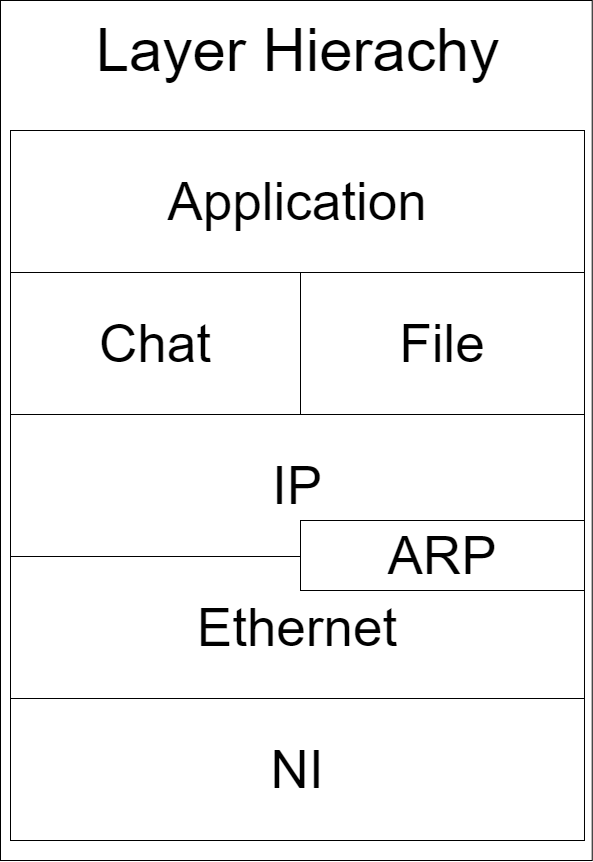
Above: Layers.png in fullop2/ARP (draw.io), before the change. Source tidied: cells renumbered, new cells last; positions are measured from the earlier drawing's top-left corner, leaving out a move shared by most shapes. Source of this version:
```xml
<mxGraphModel>
  <root>
    <mxCell id="0" />
    <mxCell id="1" parent="0" />
    <mxCell id="2" style="rounded=0;whiteSpace=wrap;html=1;" parent="1" vertex="1">
      <mxGeometry width="591.7" height="860" as="geometry" />
    </mxCell>
    <mxCell id="3" value="Chat" style="rounded=0;whiteSpace=wrap;html=1;fontSize=53;" parent="1" vertex="1">
      <mxGeometry x="10" y="272" width="290" height="142" as="geometry" />
    </mxCell>
    <mxCell id="4" value="File" style="rounded=0;whiteSpace=wrap;html=1;fontSize=53;" parent="1" vertex="1">
      <mxGeometry x="300" y="272" width="284" height="142" as="geometry" />
    </mxCell>
    <mxCell id="5" value="Application" style="rounded=0;whiteSpace=wrap;html=1;fontSize=53;" parent="1" vertex="1">
      <mxGeometry x="10" y="130" width="574" height="142" as="geometry" />
    </mxCell>
    <mxCell id="6" value="IP" style="rounded=0;whiteSpace=wrap;html=1;fontSize=53;" parent="1" vertex="1">
      <mxGeometry x="10" y="414" width="574" height="142" as="geometry" />
    </mxCell>
    <mxCell id="7" value="Ethernet" style="rounded=0;whiteSpace=wrap;html=1;fontSize=53;" parent="1" vertex="1">
      <mxGeometry x="10" y="556" width="574" height="142" as="geometry" />
    </mxCell>
    <mxCell id="8" value="NI" style="rounded=0;whiteSpace=wrap;html=1;fontSize=53;" parent="1" vertex="1">
      <mxGeometry x="10" y="698" width="574" height="142" as="geometry" />
    </mxCell>
    <mxCell id="9" value="ARP" style="rounded=0;whiteSpace=wrap;html=1;fontSize=53;" parent="1" vertex="1">
      <mxGeometry x="300" y="520" width="284" height="70" as="geometry" />
    </mxCell>
    <mxCell id="10" value="Layer Hierachy" style="text;html=1;strokeColor=none;fillColor=none;align=center;verticalAlign=middle;whiteSpace=wrap;rounded=0;fontSize=60;" parent="1" vertex="1">
      <mxGeometry x="82.8" y="30" width="428.5" height="40" as="geometry" />
    </mxCell>
  </root>
</mxGraphModel>
```
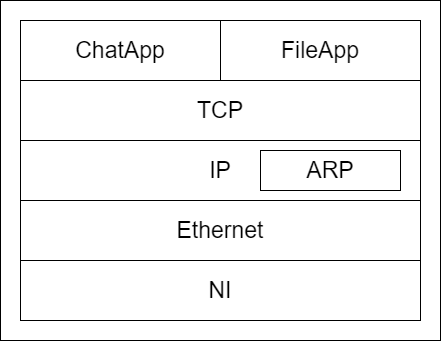
The same diagram one commit later.

Commit message:
변경 Network Layer Image

Change to the diagram source:
```diff
@@ -2,32 +2,29 @@
   <root>
     <mxCell id="0" />
     <mxCell id="1" parent="0" />
-    <mxCell id="2" style="rounded=0;whiteSpace=wrap;html=1;" parent="1" vertex="1">
-      <mxGeometry width="591.7" height="860" as="geometry" />
-    </mxCell>
-    <mxCell id="3" value="Chat" style="rounded=0;whiteSpace=wrap;html=1;fontSize=53;" parent="1" vertex="1">
-      <mxGeometry x="10" y="272" width="290" height="142" as="geometry" />
-    </mxCell>
-    <mxCell id="4" value="File" style="rounded=0;whiteSpace=wrap;html=1;fontSize=53;" parent="1" vertex="1">
-      <mxGeometry x="300" y="272" width="284" height="142" as="geometry" />
-    </mxCell>
-    <mxCell id="5" value="Application" style="rounded=0;whiteSpace=wrap;html=1;fontSize=53;" parent="1" vertex="1">
-      <mxGeometry x="10" y="130" width="574" height="142" as="geometry" />
-    </mxCell>
+    <mxCell id="11" style="rounded=0;whiteSpace=wrap;html=1;fontSize=23;" parent="1" vertex="1">
+      <mxGeometry x="-60" y="200" width="440" height="340" as="geometry" />
+    </mxCell>
+    <mxCell id="12" value="ChatApp" style="rounded=0;whiteSpace=wrap;html=1;fontSize=23;" parent="1" vertex="1">
+      <mxGeometry x="-40" y="220" width="200" height="60" as="geometry" />
+    </mxCell>
+    <mxCell id="13" value="FileApp" style="rounded=0;whiteSpace=wrap;html=1;fontSize=23;" parent="1" vertex="1">
+      <mxGeometry x="160" y="220" width="200" height="60" as="geometry" />
+    </mxCell>
+    <mxCell id="14" value="TCP" style="rounded=0;whiteSpace=wrap;html=1;fontSize=23;" parent="1" vertex="1">
+      <mxGeometry x="-40" y="280" width="400" height="60" as="geometry" />
+    </mxCell>
-    <mxCell id="6" value="IP" style="rounded=0;whiteSpace=wrap;html=1;fontSize=53;" parent="1" vertex="1">
-      <mxGeometry x="10" y="414" width="574" height="142" as="geometry" />
+    <mxCell id="6" value="IP" style="rounded=0;whiteSpace=wrap;html=1;fontSize=23;" parent="1" vertex="1">
+      <mxGeometry x="-40" y="340" width="400" height="60" as="geometry" />
     </mxCell>
-    <mxCell id="7" value="Ethernet" style="rounded=0;whiteSpace=wrap;html=1;fontSize=53;" parent="1" vertex="1">
-      <mxGeometry x="10" y="556" width="574" height="142" as="geometry" />
+    <mxCell id="7" value="Ethernet" style="rounded=0;whiteSpace=wrap;html=1;fontSize=23;" parent="1" vertex="1">
+      <mxGeometry x="-40" y="400" width="400" height="60" as="geometry" />
     </mxCell>
-    <mxCell id="8" value="NI" style="rounded=0;whiteSpace=wrap;html=1;fontSize=53;" parent="1" vertex="1">
-      <mxGeometry x="10" y="698" width="574" height="142" as="geometry" />
+    <mxCell id="8" value="NI" style="rounded=0;whiteSpace=wrap;html=1;fontSize=23;" parent="1" vertex="1">
+      <mxGeometry x="-40" y="460" width="400" height="60" as="geometry" />
     </mxCell>
-    <mxCell id="9" value="ARP" style="rounded=0;whiteSpace=wrap;html=1;fontSize=53;" parent="1" vertex="1">
-      <mxGeometry x="300" y="520" width="284" height="70" as="geometry" />
+    <mxCell id="9" value="ARP" style="rounded=0;whiteSpace=wrap;html=1;fontSize=23;" parent="1" vertex="1">
+      <mxGeometry x="200" y="350" width="140" height="40" as="geometry" />
     </mxCell>
-    <mxCell id="10" value="Layer Hierachy" style="text;html=1;strokeColor=none;fillColor=none;align=center;verticalAlign=middle;whiteSpace=wrap;rounded=0;fontSize=60;" parent="1" vertex="1">
-      <mxGeometry x="82.8" y="30" width="428.5" height="40" as="geometry" />
-    </mxCell>
   </root>
 </mxGraphModel>
```
